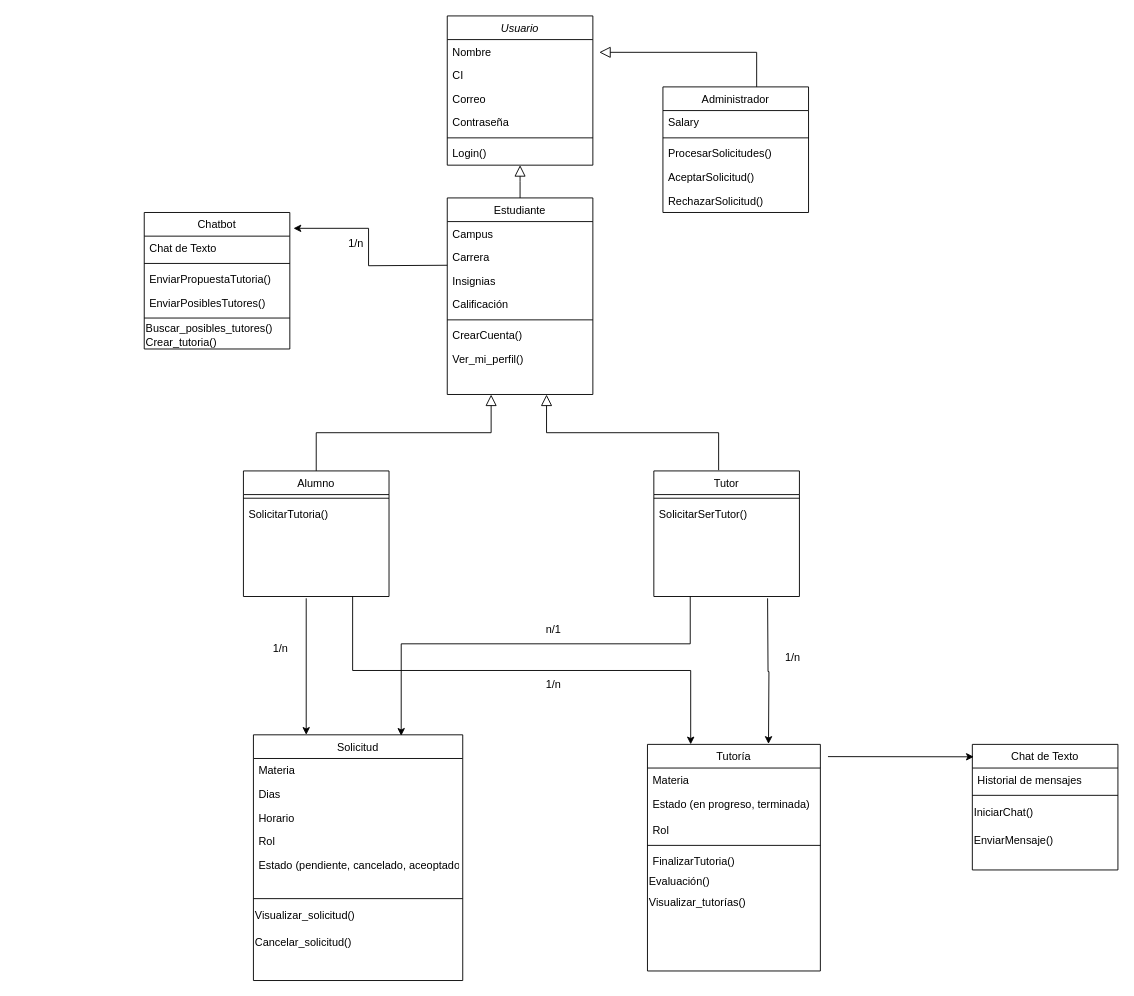
Before: diagrama_de_clases_se1 (1).drawio in TP-SE1/TP_SOS-UC, a draw.io diagram. Source tidied: cells renumbered, new cells numbered last; positions are measured from the earlier drawing's top-left corner, leaving out a move shared by most shapes. Both pictures are drawn from the tidied source at 91%, with x=0, y=0 at pixel (144, 15).
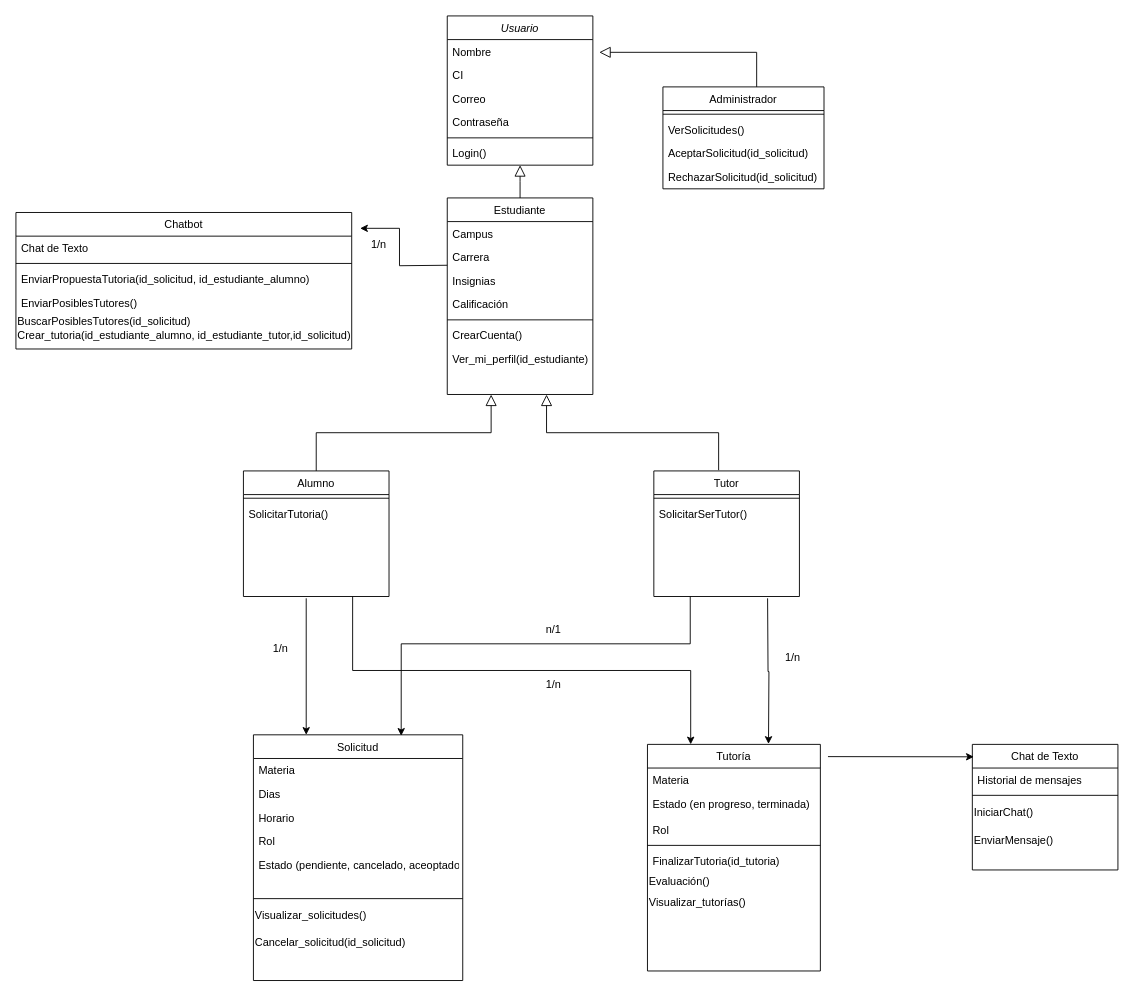
The same diagram, later.

Unchanged cells that the change refers to:
```xml
<mxCell id="9" value="Estudiante" style="swimlane;fontStyle=0;align=center;verticalAlign=top;horizontal=1;startSize=26;rounded=0;shadow=0;strokeWidth=1;" parent="1" vertex="1">
  <mxGeometry x="333" y="200" width="160" height="216" as="geometry" />
</mxCell>
<mxCell id="31" value="Tutoría" style="swimlane;fontStyle=0;align=center;verticalAlign=top;horizontal=1;startSize=26;rounded=0;shadow=0;strokeWidth=1;" parent="1" vertex="1">
  <mxGeometry x="553" y="800.5" width="190" height="249" as="geometry" />
</mxCell>
<mxCell id="54" value="Solicitud" style="swimlane;fontStyle=0;align=center;verticalAlign=top;horizontal=1;startSize=26;rounded=0;shadow=0;strokeWidth=1;" parent="1" vertex="1">
  <mxGeometry x="120" y="790" width="230" height="270" as="geometry" />
</mxCell>
```

Change to the diagram source:
```diff
@@
-    <mxCell id="16" value="Ver_mi_perfil()" style="text;align=left;verticalAlign=top;spacingLeft=4;spacingRight=4;overflow=hidden;rounded=0;shadow=0;html=0;" parent="9" vertex="1">
+    <mxCell id="16" value="Ver_mi_perfil(id_estudiante)" style="text;align=left;verticalAlign=top;spacingLeft=4;spacingRight=4;overflow=hidden;rounded=0;shadow=0;html=0;" parent="9" vertex="1">
       <mxGeometry y="164" width="160" height="26" as="geometry" />
     </mxCell>
@@
     <mxCell id="18" value="Administrador" style="swimlane;fontStyle=0;align=center;verticalAlign=top;horizontal=1;startSize=26;rounded=0;shadow=0;strokeWidth=1;" parent="1" vertex="1">
-      <mxGeometry x="570" y="78" width="160" height="138" as="geometry" />
+      <mxGeometry x="570" y="78" width="177" height="112" as="geometry" />
     </mxCell>
-    <mxCell id="19" value="Salary" style="text;align=left;verticalAlign=top;spacingLeft=4;spacingRight=4;overflow=hidden;" parent="18" vertex="1">
-      <mxGeometry y="26" width="160" height="26" as="geometry" />
-    </mxCell>
     <mxCell id="20" style="line;html=1;strokeWidth=1;align=left;verticalAlign=middle;spacingTop=-1;spacingLeft=3;spacingRight=3;labelPosition=right;" parent="18" vertex="1">
-      <mxGeometry y="52" width="160" height="8" as="geometry" />
+      <mxGeometry y="26" width="177" height="8" as="geometry" />
     </mxCell>
-    <mxCell id="21" value="ProcesarSolicitudes()" style="text;align=left;verticalAlign=top;spacingLeft=4;spacingRight=4;overflow=hidden;" parent="18" vertex="1">
-      <mxGeometry y="60" width="160" height="26" as="geometry" />
+    <mxCell id="21" value="VerSolicitudes()" style="text;align=left;verticalAlign=top;spacingLeft=4;spacingRight=4;overflow=hidden;" parent="18" vertex="1">
+      <mxGeometry y="34" width="177" height="26" as="geometry" />
     </mxCell>
-    <mxCell id="22" value="AceptarSolicitud()" style="text;align=left;verticalAlign=top;spacingLeft=4;spacingRight=4;overflow=hidden;" parent="18" vertex="1">
-      <mxGeometry y="86" width="160" height="26" as="geometry" />
+    <mxCell id="22" value="AceptarSolicitud(id_solicitud)" style="text;align=left;verticalAlign=top;spacingLeft=4;spacingRight=4;overflow=hidden;" parent="18" vertex="1">
+      <mxGeometry y="60" width="177" height="26" as="geometry" />
     </mxCell>
-    <mxCell id="23" value="RechazarSolicitud()" style="text;align=left;verticalAlign=top;spacingLeft=4;spacingRight=4;overflow=hidden;" parent="18" vertex="1">
-      <mxGeometry y="112" width="160" height="26" as="geometry" />
-    </mxCell>
+    <mxCell id="73" value="RechazarSolicitud(id_solicitud)" style="text;align=left;verticalAlign=top;spacingLeft=4;spacingRight=4;overflow=hidden;" parent="18" vertex="1">
+      <mxGeometry y="86" width="177" height="26" as="geometry" />
+    </mxCell>
@@
-    <mxCell id="36" value="FinalizarTutoria()" style="text;align=left;verticalAlign=top;spacingLeft=4;spacingRight=4;overflow=hidden;" parent="31" vertex="1">
+    <mxCell id="36" value="FinalizarTutoria(id_tutoria)" style="text;align=left;verticalAlign=top;spacingLeft=4;spacingRight=4;overflow=hidden;" parent="31" vertex="1">
       <mxGeometry y="115" width="190" height="22" as="geometry" />
     </mxCell>
@@
     <mxCell id="41" value="Chatbot" style="swimlane;fontStyle=0;align=center;verticalAlign=top;horizontal=1;startSize=26;rounded=0;shadow=0;strokeWidth=1;" parent="1" vertex="1">
-      <mxGeometry y="216" width="160" height="150" as="geometry" />
+      <mxGeometry x="-141" y="216" width="369" height="150" as="geometry" />
     </mxCell>
     <mxCell id="42" value="Chat de Texto" style="text;align=left;verticalAlign=top;spacingLeft=4;spacingRight=4;overflow=hidden;" parent="41" vertex="1">
-      <mxGeometry y="26" width="160" height="26" as="geometry" />
+      <mxGeometry y="26" width="369" height="26" as="geometry" />
     </mxCell>
     <mxCell id="43" style="line;html=1;strokeWidth=1;align=left;verticalAlign=middle;spacingTop=-1;spacingLeft=3;spacingRight=3;labelPosition=right;" parent="41" vertex="1">
-      <mxGeometry y="52" width="160" height="8" as="geometry" />
+      <mxGeometry y="52" width="369" height="8" as="geometry" />
     </mxCell>
-    <mxCell id="44" value="EnviarPropuestaTutoria()" style="text;align=left;verticalAlign=top;spacingLeft=4;spacingRight=4;overflow=hidden;" parent="41" vertex="1">
-      <mxGeometry y="60" width="160" height="26" as="geometry" />
+    <mxCell id="44" value="EnviarPropuestaTutoria(id_solicitud, id_estudiante_alumno)" style="text;align=left;verticalAlign=top;spacingLeft=4;spacingRight=4;overflow=hidden;" parent="41" vertex="1">
+      <mxGeometry y="60" width="369" height="26" as="geometry" />
     </mxCell>
     <mxCell id="45" value="EnviarPosiblesTutores()" style="text;align=left;verticalAlign=top;spacingLeft=4;spacingRight=4;overflow=hidden;" parent="41" vertex="1">
-      <mxGeometry y="86" width="160" height="26" as="geometry" />
+      <mxGeometry y="86" width="369" height="26" as="geometry" />
     </mxCell>
-    <mxCell id="46" style="line;html=1;strokeWidth=1;align=left;verticalAlign=middle;spacingTop=-1;spacingLeft=3;spacingRight=3;labelPosition=right;" parent="41" vertex="1">
-      <mxGeometry y="112" width="160" height="8" as="geometry" />
-    </mxCell>
-    <mxCell id="47" value="Buscar_posibles_tutores()&lt;br&gt;Crear_tutoria()" style="text;html=1;strokeColor=none;fillColor=none;align=left;verticalAlign=middle;whiteSpace=wrap;rounded=0;" parent="41" vertex="1">
-      <mxGeometry y="120" width="160" height="30" as="geometry" />
+    <mxCell id="47" value="BuscarPosiblesTutores(id_solicitud)&lt;br&gt;Crear_tutoria(id_estudiante_alumno, id_estudiante_tutor,id_solicitud)" style="text;html=1;strokeColor=none;fillColor=none;align=left;verticalAlign=middle;whiteSpace=wrap;rounded=0;" parent="41" vertex="1">
+      <mxGeometry y="112" width="369" height="30" as="geometry" />
     </mxCell>
@@
-    <mxCell id="61" value="Visualizar_solicitud()" style="text;html=1;strokeColor=none;fillColor=none;align=left;verticalAlign=middle;whiteSpace=wrap;rounded=0;" parent="54" vertex="1">
+    <mxCell id="61" value="Visualizar_solicitudes()" style="text;html=1;strokeColor=none;fillColor=none;align=left;verticalAlign=middle;whiteSpace=wrap;rounded=0;" parent="54" vertex="1">
       <mxGeometry y="184" width="230" height="30" as="geometry" />
     </mxCell>
-    <mxCell id="62" value="Cancelar_solicitud()" style="text;html=1;strokeColor=none;fillColor=none;align=left;verticalAlign=middle;whiteSpace=wrap;rounded=0;" parent="54" vertex="1">
+    <mxCell id="62" value="Cancelar_solicitud(id_solicitud)" style="text;html=1;strokeColor=none;fillColor=none;align=left;verticalAlign=middle;whiteSpace=wrap;rounded=0;" parent="54" vertex="1">
       <mxGeometry y="214" width="230" height="30" as="geometry" />
     </mxCell>
@@
     <mxCell id="69" value="1/n" style="text;html=1;strokeColor=none;fillColor=none;align=center;verticalAlign=middle;whiteSpace=wrap;rounded=0;" parent="1" vertex="1">
-      <mxGeometry x="203" y="235" width="60" height="30" as="geometry" />
+      <mxGeometry x="228" y="236" width="60" height="30" as="geometry" />
     </mxCell>
```
